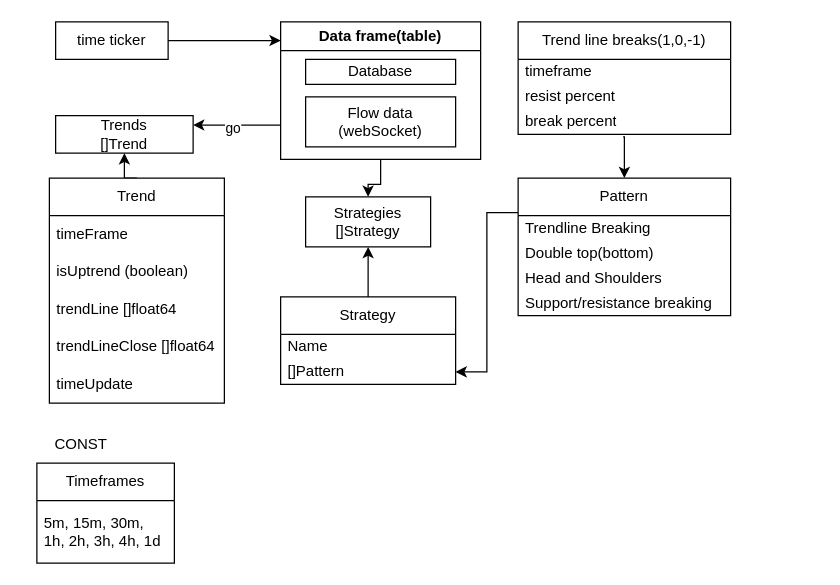
Before: docs/algoTrade.drawio in Hardmun/trading, a draw.io diagram. Source tidied: cells renumbered, new cells numbered last; positions are measured from the earlier drawing's top-left corner, leaving out a move shared by most shapes. Both pictures are drawn from the tidied source at 125%, with x=0, y=0 at pixel (36, 21).
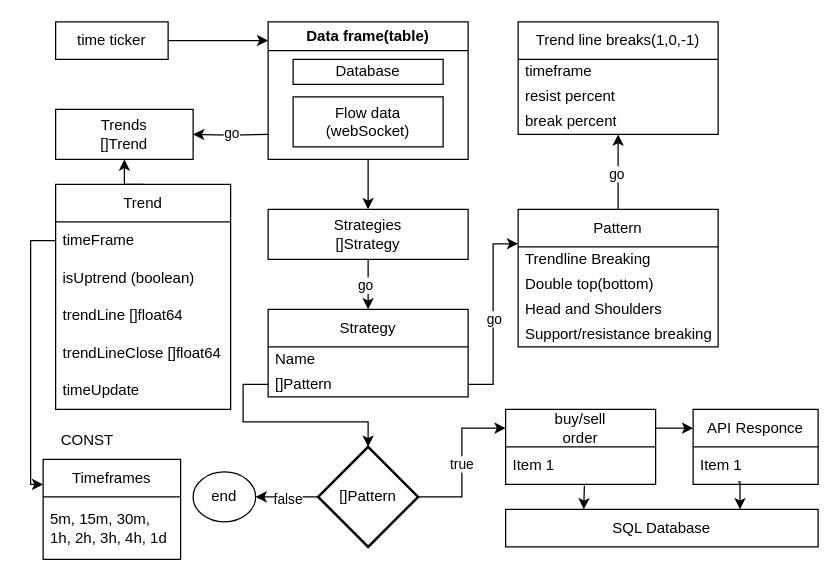
The same diagram, later.

Unchanged cells that the change refers to:
```xml
<mxCell id="12" value="timeFrame" style="text;strokeColor=none;fillColor=none;align=left;verticalAlign=middle;spacingLeft=4;spacingRight=4;overflow=hidden;points=[[0,0.5],[1,0.5]];portConstraint=eastwest;whiteSpace=wrap;html=1;" parent="11" vertex="1">
  <mxGeometry y="30" width="140" height="30" as="geometry" />
</mxCell>
```

The edit, as a diff of the source:
```diff
@@
     <mxCell id="2" value="Timeframes" style="swimlane;fontStyle=0;horizontal=1;startSize=30;whiteSpace=wrap;html=1;swimlaneLine=1;rounded=0;shadow=0;glass=0;" parent="1" vertex="1">
-      <mxGeometry y="353" width="110" height="80" as="geometry" />
+      <mxGeometry x="5" y="350" width="110" height="80" as="geometry" />
     </mxCell>
@@
-    <mxCell id="4" style="edgeStyle=orthogonalEdgeStyle;rounded=0;jettySize=auto;html=1;exitX=0;exitY=0.75;exitDx=0;exitDy=0;entryX=1;entryY=0.25;entryDx=0;entryDy=0;" parent="1" edge="1" source="7" target="31">
-      <mxGeometry relative="1" as="geometry" />
-    </mxCell>
-    <mxCell id="5" value="go" style="edgeLabel;html=1;align=center;verticalAlign=middle;" parent="4" vertex="1">
-      <mxGeometry x="0.12" y="2" relative="1" as="geometry" />
-    </mxCell>
-    <mxCell id="6" style="edgeStyle=orthogonalEdgeStyle;rounded=0;jettySize=auto;html=1;" parent="1" edge="1" source="7" target="29">
+    <mxCell id="6" style="edgeStyle=orthogonalEdgeStyle;rounded=0;jettySize=auto;html=1;exitX=0.5;exitY=1;exitDx=0;exitDy=0;entryX=0.5;entryY=0;entryDx=0;entryDy=0;" parent="1" edge="1" source="7" target="29">
       <mxGeometry relative="1" as="geometry" />
     </mxCell>
     <mxCell id="7" value="Data frame(table)" style="swimlane;whiteSpace=wrap;html=1;" parent="1" vertex="1">
-      <mxGeometry x="195" width="160" height="110" as="geometry" />
+      <mxGeometry x="185" width="160" height="110" as="geometry" />
     </mxCell>
@@
     <mxCell id="11" value="Trend" style="swimlane;fontStyle=0;horizontal=1;startSize=30;whiteSpace=wrap;html=1;" parent="1" vertex="1">
-      <mxGeometry x="10" y="125" width="140" height="180" as="geometry" />
+      <mxGeometry x="15" y="130" width="140" height="180" as="geometry" />
     </mxCell>
@@
-    <mxCell id="17" style="edgeStyle=orthogonalEdgeStyle;rounded=0;jettySize=auto;html=1;exitX=0;exitY=0.25;exitDx=0;exitDy=0;entryX=1;entryY=0.5;entryDx=0;entryDy=0;" parent="1" edge="1" source="18" target="34">
-      <mxGeometry relative="1" as="geometry" />
-    </mxCell>
     <mxCell id="18" value="Pattern" style="swimlane;fontStyle=0;horizontal=1;startSize=30;whiteSpace=wrap;html=1;" parent="1" vertex="1">
-      <mxGeometry x="385" y="125" width="170" height="110" as="geometry" />
+      <mxGeometry x="385" y="150" width="160" height="110" as="geometry" />
     </mxCell>
     <mxCell id="19" value="Trendline Breaking" style="text;strokeColor=none;fillColor=none;align=left;verticalAlign=middle;spacingLeft=4;spacingRight=4;overflow=hidden;whiteSpace=wrap;html=1;" parent="18" vertex="1">
-      <mxGeometry y="30" width="170" height="20" as="geometry" />
+      <mxGeometry y="30" width="160" height="20" as="geometry" />
     </mxCell>
     <mxCell id="20" value="Double top(bottom)" style="text;strokeColor=none;fillColor=none;align=left;verticalAlign=middle;spacingLeft=4;spacingRight=4;overflow=hidden;whiteSpace=wrap;html=1;" parent="18" vertex="1">
-      <mxGeometry y="50" width="170" height="20" as="geometry" />
+      <mxGeometry y="50" width="160" height="20" as="geometry" />
     </mxCell>
     <mxCell id="21" value="Head and Shoulders" style="text;strokeColor=none;fillColor=none;align=left;verticalAlign=middle;spacingLeft=4;spacingRight=4;overflow=hidden;whiteSpace=wrap;html=1;" parent="18" vertex="1">
-      <mxGeometry y="70" width="170" height="20" as="geometry" />
+      <mxGeometry y="70" width="160" height="20" as="geometry" />
     </mxCell>
     <mxCell id="22" value="Support/resistance breaking" style="text;strokeColor=none;fillColor=none;align=left;verticalAlign=middle;spacingLeft=4;spacingRight=4;overflow=hidden;whiteSpace=wrap;html=1;" parent="18" vertex="1">
-      <mxGeometry y="90" width="170" height="20" as="geometry" />
+      <mxGeometry y="90" width="160" height="20" as="geometry" />
     </mxCell>
     <mxCell id="23" value="Trend line breaks(1,0,-1)" style="swimlane;fontStyle=0;horizontal=1;startSize=30;whiteSpace=wrap;html=1;" parent="1" vertex="1">
-      <mxGeometry x="385" width="170" height="90" as="geometry" />
+      <mxGeometry x="385" width="160" height="90" as="geometry" />
     </mxCell>
     <mxCell id="24" value="timeframe" style="text;strokeColor=none;fillColor=none;align=left;verticalAlign=middle;spacingLeft=4;spacingRight=4;overflow=hidden;whiteSpace=wrap;html=1;" parent="23" vertex="1">
-      <mxGeometry y="30" width="170" height="20" as="geometry" />
+      <mxGeometry y="30" width="160" height="20" as="geometry" />
     </mxCell>
     <mxCell id="25" value="resist percent" style="text;strokeColor=none;fillColor=none;align=left;verticalAlign=middle;spacingLeft=4;spacingRight=4;overflow=hidden;whiteSpace=wrap;html=1;" parent="23" vertex="1">
-      <mxGeometry y="50" width="170" height="20" as="geometry" />
+      <mxGeometry y="50" width="160" height="20" as="geometry" />
     </mxCell>
     <mxCell id="26" value="break percent" style="text;strokeColor=none;fillColor=none;align=left;verticalAlign=middle;spacingLeft=4;spacingRight=4;overflow=hidden;points=[[0,0.5],[1,0.5]];portConstraint=eastwest;whiteSpace=wrap;html=1;" parent="23" vertex="1">
-      <mxGeometry y="70" width="170" height="20" as="geometry" />
+      <mxGeometry y="70" width="160" height="20" as="geometry" />
     </mxCell>
@@
-    <mxCell id="28" style="edgeStyle=orthogonalEdgeStyle;rounded=0;jettySize=auto;html=1;exitX=0.5;exitY=0;exitDx=0;exitDy=0;entryX=0.5;entryY=1;entryDx=0;entryDy=0;" parent="1" edge="1" source="32" target="29">
-      <mxGeometry relative="1" as="geometry" />
-    </mxCell>
+    <mxCell id="37" style="edgeStyle=orthogonalEdgeStyle;rounded=0;jettySize=auto;html=1;exitX=0.5;exitY=1;exitDx=0;exitDy=0;entryX=0.5;entryY=0;entryDx=0;entryDy=0;" parent="1" edge="1" source="29" target="32">
+      <mxGeometry relative="1" as="geometry" />
+    </mxCell>
+    <mxCell id="38" value="go" style="edgeLabel;html=1;align=center;verticalAlign=middle;" parent="37" vertex="1">
+      <mxGeometry y="-3" relative="1" as="geometry" />
+    </mxCell>
     <mxCell id="29" value="Strategies&lt;br&gt;[]Strategy" style="rounded=0;whiteSpace=wrap;html=1;" parent="1" vertex="1">
-      <mxGeometry x="215" y="140" width="100" height="40" as="geometry" />
+      <mxGeometry x="185" y="150" width="160" height="40" as="geometry" />
     </mxCell>
@@
+    <mxCell id="39" style="edgeStyle=orthogonalEdgeStyle;rounded=0;jettySize=auto;html=1;exitX=1;exitY=0.5;exitDx=0;exitDy=0;entryX=1;entryY=0.5;entryDx=0;entryDy=0;" parent="1" edge="1" target="31">
+      <mxGeometry relative="1" as="geometry">
+        <mxPoint x="185" y="90" as="sourcePoint" />
+      </mxGeometry>
+    </mxCell>
+    <mxCell id="40" value="go" style="edgeLabel;html=1;align=center;verticalAlign=middle;" parent="39" vertex="1">
+      <mxGeometry x="0.01" y="-2" relative="1" as="geometry">
+        <mxPoint x="1" as="offset" />
+      </mxGeometry>
+    </mxCell>
     <mxCell id="31" value="Tre&lt;span style=&quot;background-color: initial;&quot;&gt;nds&lt;br&gt;&lt;/span&gt;&lt;span style=&quot;text-align: left;&quot;&gt;[]Trend&lt;/span&gt;&lt;span style=&quot;background-color: initial;&quot;&gt;&lt;/span&gt;" style="rounded=0;whiteSpace=wrap;html=1;" parent="1" vertex="1">
-      <mxGeometry x="15" y="75" width="110" height="30" as="geometry" />
+      <mxGeometry x="15" y="70" width="110" height="40" as="geometry" />
     </mxCell>
     <mxCell id="32" value="Strategy" style="swimlane;fontStyle=0;horizontal=1;startSize=30;whiteSpace=wrap;html=1;" parent="1" vertex="1">
-      <mxGeometry x="195" y="220" width="140" height="70" as="geometry" />
+      <mxGeometry x="185" y="230" width="160" height="70" as="geometry" />
     </mxCell>
     <mxCell id="33" value="Name" style="text;strokeColor=none;fillColor=none;align=left;verticalAlign=middle;spacingLeft=4;spacingRight=4;overflow=hidden;whiteSpace=wrap;html=1;" parent="32" vertex="1">
-      <mxGeometry y="30" width="140" height="20" as="geometry" />
+      <mxGeometry y="30" width="160" height="20" as="geometry" />
     </mxCell>
     <mxCell id="34" value="[]Pattern" style="text;strokeColor=none;fillColor=none;align=left;verticalAlign=middle;spacingLeft=4;spacingRight=4;overflow=hidden;points=[[0,0.5],[1,0.5]];portConstraint=eastwest;whiteSpace=wrap;html=1;" parent="32" vertex="1">
-      <mxGeometry y="50" width="140" height="20" as="geometry" />
+      <mxGeometry y="50" width="160" height="20" as="geometry" />
     </mxCell>
     <mxCell id="35" value="CONST" style="text;html=1;align=center;verticalAlign=middle;strokeColor=none;fillColor=none;" parent="1" vertex="1">
-      <mxGeometry y="323" width="70" height="30" as="geometry" />
+      <mxGeometry x="5" y="320" width="70" height="30" as="geometry" />
     </mxCell>
-    <mxCell id="36" style="edgeStyle=orthogonalEdgeStyle;rounded=0;jettySize=auto;html=1;exitX=0.494;exitY=1.1;exitDx=0;exitDy=0;entryX=0.5;entryY=0;entryDx=0;entryDy=0;exitPerimeter=0;" parent="1" edge="1" source="26" target="18">
-      <mxGeometry relative="1" as="geometry" />
-    </mxCell>
+    <mxCell id="41" style="edgeStyle=orthogonalEdgeStyle;rounded=0;jettySize=auto;html=1;exitX=0.5;exitY=0;exitDx=0;exitDy=0;entryX=0.5;entryY=1;entryDx=0;entryDy=0;entryPerimeter=0;" parent="1" edge="1" source="18" target="26">
+      <mxGeometry relative="1" as="geometry" />
+    </mxCell>
+    <mxCell id="42" value="go" style="edgeLabel;html=1;align=center;verticalAlign=middle;" parent="41" vertex="1">
+      <mxGeometry x="-0.03" y="2" relative="1" as="geometry" />
+    </mxCell>
+    <mxCell id="17" style="edgeStyle=orthogonalEdgeStyle;rounded=0;jettySize=auto;html=1;exitX=1;exitY=0.5;exitDx=0;exitDy=0;entryX=0;entryY=0.25;entryDx=0;entryDy=0;" parent="1" edge="1" source="34" target="18">
+      <mxGeometry relative="1" as="geometry" />
+    </mxCell>
+    <mxCell id="43" value="go" style="edgeLabel;html=1;align=center;verticalAlign=middle;" parent="17" vertex="1">
+      <mxGeometry x="-0.04" relative="1" as="geometry" />
+    </mxCell>
+    <mxCell id="44" style="edgeStyle=orthogonalEdgeStyle;rounded=0;jettySize=auto;html=1;exitX=0;exitY=0.5;exitDx=0;exitDy=0;entryX=0;entryY=0.25;entryDx=0;entryDy=0;" parent="1" edge="1" source="12" target="2">
+      <mxGeometry relative="1" as="geometry">
+        <Array as="points">
+          <mxPoint x="-5" y="175" />
+          <mxPoint x="-5" y="370" />
+        </Array>
+      </mxGeometry>
+    </mxCell>
+    <mxCell id="45" style="edgeStyle=orthogonalEdgeStyle;rounded=0;jettySize=auto;html=1;exitX=0;exitY=0.5;exitDx=0;exitDy=0;exitPerimeter=0;entryX=1;entryY=0.5;entryDx=0;entryDy=0;" parent="1" edge="1" source="49" target="51">
+      <mxGeometry relative="1" as="geometry" />
+    </mxCell>
+    <mxCell id="46" value="false" style="edgeLabel;html=1;align=center;verticalAlign=middle;" parent="45" vertex="1">
+      <mxGeometry y="1" relative="1" as="geometry" />
+    </mxCell>
+    <mxCell id="47" style="edgeStyle=orthogonalEdgeStyle;rounded=0;jettySize=auto;html=1;exitX=1;exitY=0.5;exitDx=0;exitDy=0;exitPerimeter=0;entryX=0;entryY=0.25;entryDx=0;entryDy=0;" parent="1" edge="1" source="49" target="53">
+      <mxGeometry relative="1" as="geometry" />
+    </mxCell>
+    <mxCell id="48" value="true" style="edgeLabel;html=1;align=center;verticalAlign=middle;" parent="47" vertex="1">
+      <mxGeometry x="-0.01" y="1" relative="1" as="geometry" />
+    </mxCell>
+    <mxCell id="49" value="[]Pattern" style="strokeWidth=2;html=1;shape=mxgraph.flowchart.decision;whiteSpace=wrap;" parent="1" vertex="1">
+      <mxGeometry x="225" y="340" width="80" height="80" as="geometry" />
+    </mxCell>
+    <mxCell id="50" style="edgeStyle=orthogonalEdgeStyle;rounded=0;jettySize=auto;html=1;exitX=0;exitY=0.5;exitDx=0;exitDy=0;entryX=0.5;entryY=0;entryDx=0;entryDy=0;entryPerimeter=0;" parent="1" edge="1" source="34" target="49">
+      <mxGeometry relative="1" as="geometry" />
+    </mxCell>
+    <mxCell id="51" value="end" style="ellipse;whiteSpace=wrap;html=1;" parent="1" vertex="1">
+      <mxGeometry x="125" y="360" width="50" height="40" as="geometry" />
+    </mxCell>
+    <mxCell id="52" style="edgeStyle=orthogonalEdgeStyle;rounded=0;jettySize=auto;html=1;exitX=1;exitY=0.25;exitDx=0;exitDy=0;entryX=0;entryY=0.25;entryDx=0;entryDy=0;" parent="1" edge="1" source="53" target="55">
+      <mxGeometry relative="1" as="geometry" />
+    </mxCell>
+    <mxCell id="53" value="buy/sell&lt;br&gt;order" style="swimlane;fontStyle=0;horizontal=1;startSize=30;whiteSpace=wrap;html=1;" parent="1" vertex="1">
+      <mxGeometry x="375" y="310" width="120" height="60" as="geometry" />
+    </mxCell>
+    <mxCell id="54" value="Item 1" style="text;strokeColor=none;fillColor=none;align=left;verticalAlign=middle;spacingLeft=4;spacingRight=4;overflow=hidden;points=[[0,0.5],[1,0.5]];portConstraint=eastwest;whiteSpace=wrap;html=1;" parent="53" vertex="1">
+      <mxGeometry y="30" width="120" height="30" as="geometry" />
+    </mxCell>
+    <mxCell id="55" value="API Responce" style="swimlane;fontStyle=0;horizontal=1;startSize=30;whiteSpace=wrap;html=1;" parent="1" vertex="1">
+      <mxGeometry x="525" y="310" width="100" height="60" as="geometry" />
+    </mxCell>
+    <mxCell id="56" value="Item 1" style="text;strokeColor=none;fillColor=none;align=left;verticalAlign=middle;spacingLeft=4;spacingRight=4;overflow=hidden;points=[[0,0.5],[1,0.5]];portConstraint=eastwest;whiteSpace=wrap;html=1;" parent="55" vertex="1">
+      <mxGeometry y="30" width="100" height="30" as="geometry" />
+    </mxCell>
+    <mxCell id="57" value="SQL Database" style="rounded=0;whiteSpace=wrap;html=1;" parent="1" vertex="1">
+      <mxGeometry x="375" y="390" width="250" height="30" as="geometry" />
+    </mxCell>
+    <mxCell id="58" style="edgeStyle=orthogonalEdgeStyle;rounded=0;jettySize=auto;html=1;exitX=0.525;exitY=1.033;exitDx=0;exitDy=0;entryX=0.25;entryY=0;entryDx=0;entryDy=0;exitPerimeter=0;" parent="1" edge="1" source="54" target="57">
+      <mxGeometry relative="1" as="geometry" />
+    </mxCell>
+    <mxCell id="59" style="edgeStyle=orthogonalEdgeStyle;rounded=0;jettySize=auto;html=1;exitX=0.36;exitY=0.933;exitDx=0;exitDy=0;entryX=0.75;entryY=0;entryDx=0;entryDy=0;exitPerimeter=0;" parent="1" edge="1" source="56" target="57">
+      <mxGeometry relative="1" as="geometry" />
+    </mxCell>
```
